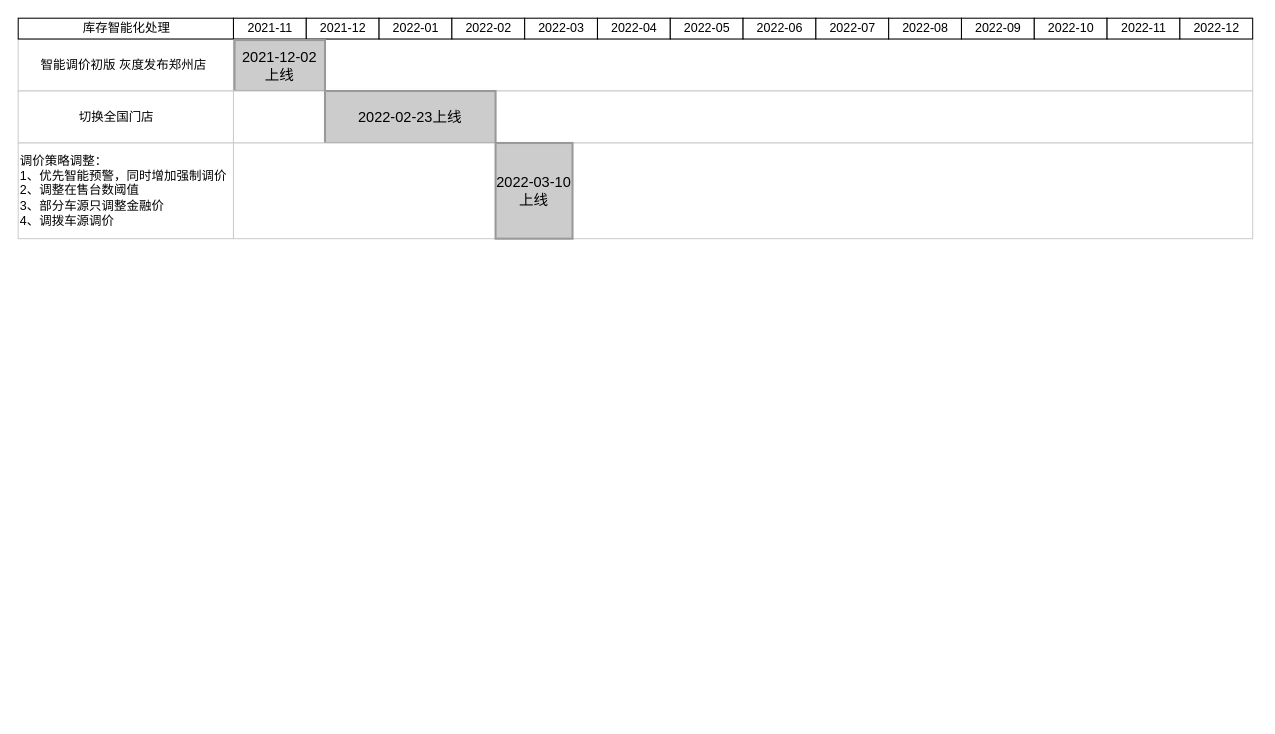
The draw.io diagram auto_modify_price.drawio in mrlonely001/gittest, before the edit. Source tidied: cells renumbered, new cells numbered last; positions are measured from the earlier drawing's top-left corner, leaving out a move shared by most shapes. Both pictures are drawn from the tidied source at 104%, with x=0, y=0 at pixel (18, 18).
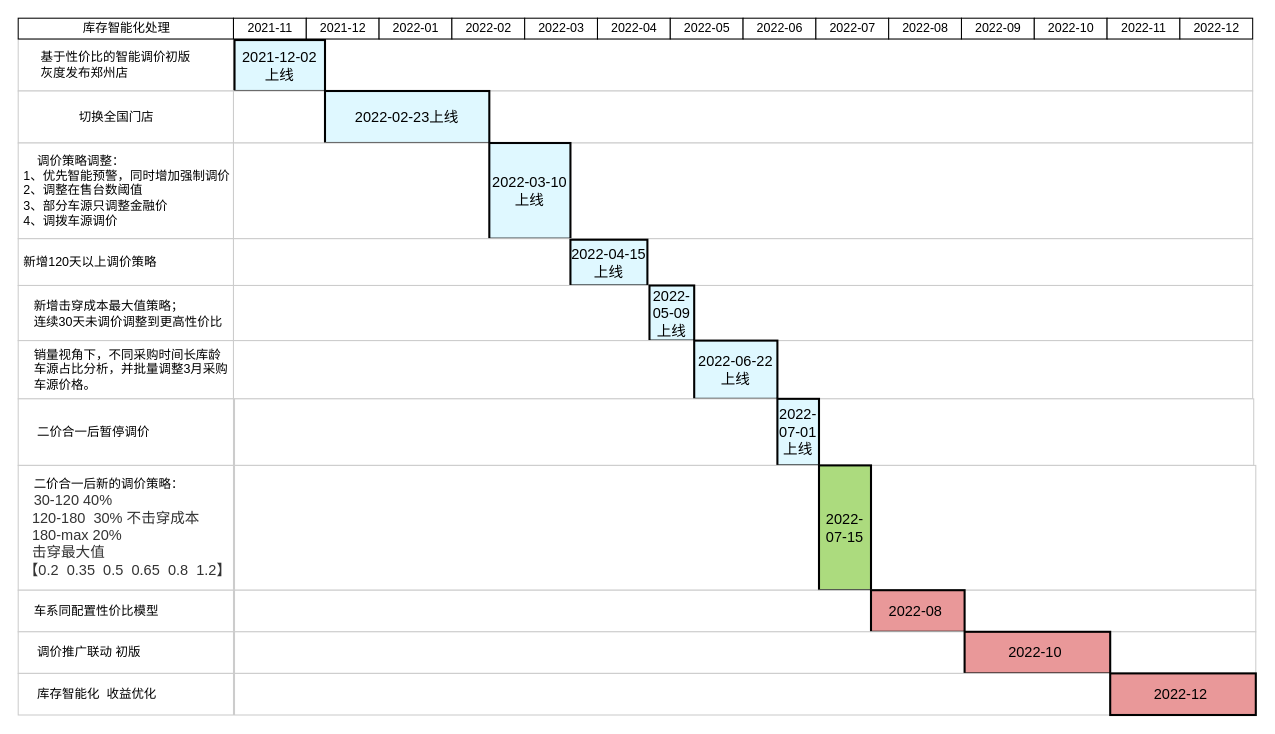
The same diagram, later.

Change to the diagram source:
```diff
@@
-    <mxCell id="2" value="&amp;nbsp; &amp;nbsp; &amp;nbsp; 智能调价初版 灰度发布郑州店" style="align=left;strokeColor=#CCCCCC;html=1;" parent="1" vertex="1">
+    <mxCell id="2" value="&amp;nbsp; &amp;nbsp; &amp;nbsp; 基于性价比的智能调价初版 &lt;br&gt;&amp;nbsp; &amp;nbsp; &amp;nbsp; 灰度发布郑州店" style="align=left;strokeColor=#CCCCCC;html=1;" parent="1" vertex="1">
       <mxGeometry y="20" width="207" height="50" as="geometry" />
     </mxCell>
@@
-    <mxCell id="17" value="2021-12-02&lt;br&gt;上线" style="whiteSpace=wrap;html=1;strokeWidth=2;fillColor=#CCCCCC;gradientColor=none;fontSize=14;align=center;strokeColor=#999999;" parent="1" vertex="1">
+    <mxCell id="17" value="2021-12-02&lt;br&gt;上线" style="whiteSpace=wrap;html=1;strokeWidth=2;fillColor=#DFF8FF;gradientColor=none;fontSize=14;align=center;strokeColor=#000000;" parent="1" vertex="1">
       <mxGeometry x="208" y="21" width="87" height="49" as="geometry" />
     </mxCell>
@@
-    <mxCell id="22" value="2022-02-23上线" style="whiteSpace=wrap;html=1;strokeWidth=2;fillColor=#CCCCCC;gradientColor=none;fontSize=14;align=center;strokeColor=#999999;" parent="1" vertex="1">
-      <mxGeometry x="295" y="70" width="164" height="50" as="geometry" />
+    <mxCell id="22" value="2022-02-23上线" style="whiteSpace=wrap;html=1;strokeWidth=2;fillColor=#DFF8FF;gradientColor=none;fontSize=14;align=center;strokeColor=#000000;" parent="1" vertex="1">
+      <mxGeometry x="295" y="70" width="158" height="50" as="geometry" />
     </mxCell>
-    <mxCell id="23" value="调价策略调整：&lt;br&gt;1、优先智能预警，同时增加强制调价&lt;br&gt;2、调整在售台数阈值&lt;br&gt;3、部分车源只调整金融价&lt;br&gt;4、调拨车源调价" style="align=left;strokeColor=#CCCCCC;html=1;" parent="1" vertex="1">
+    <mxCell id="23" value="&amp;nbsp; &amp;nbsp; &amp;nbsp;调价策略调整：&lt;br&gt;&amp;nbsp;1、优先智能预警，同时增加强制调价&lt;br&gt;&amp;nbsp;2、调整在售台数阈值&lt;br&gt;&amp;nbsp;3、部分车源只调整金融价&lt;br&gt;&amp;nbsp;4、调拨车源调价" style="align=left;strokeColor=#CCCCCC;html=1;" parent="1" vertex="1">
       <mxGeometry y="120" width="207" height="92" as="geometry" />
     </mxCell>
@@
-    <mxCell id="25" value="2022-03-10上线" style="whiteSpace=wrap;html=1;strokeWidth=2;fillColor=#CCCCCC;gradientColor=none;fontSize=14;align=center;strokeColor=#999999;" parent="1" vertex="1">
-      <mxGeometry x="459" y="120" width="74" height="92" as="geometry" />
+    <mxCell id="25" value="2022-03-10上线" style="whiteSpace=wrap;html=1;strokeWidth=2;fillColor=#DFF8FF;gradientColor=none;fontSize=14;align=center;strokeColor=#020203;" parent="1" vertex="1">
+      <mxGeometry x="453" y="120" width="78" height="92" as="geometry" />
     </mxCell>
+    <mxCell id="26" value="&lt;span style=&quot;white-space: pre;&quot;&gt; &lt;/span&gt;新增120天以上调价策略" style="align=left;strokeColor=#CCCCCC;html=1;" parent="1" vertex="1">
+      <mxGeometry y="212" width="207" height="45" as="geometry" />
+    </mxCell>
+    <mxCell id="27" style="align=left;strokeColor=#CCCCCC;html=1;" parent="1" vertex="1">
+      <mxGeometry x="207" y="212" width="980" height="45" as="geometry" />
+    </mxCell>
+    <mxCell id="28" value="2022-04-15上线" style="whiteSpace=wrap;html=1;strokeWidth=2;fillColor=#DFF8FF;gradientColor=none;fontSize=14;align=center;strokeColor=#000000;" parent="1" vertex="1">
+      <mxGeometry x="531" y="213" width="74" height="44" as="geometry" />
+    </mxCell>
+    <mxCell id="29" value="&amp;nbsp; &amp;nbsp; 新增击穿成本最大值策略；&lt;br&gt;&amp;nbsp; &amp;nbsp; 连续30天未调价调整到更高性价比" style="align=left;strokeColor=#CCCCCC;html=1;" parent="1" vertex="1">
+      <mxGeometry y="257" width="207" height="53" as="geometry" />
+    </mxCell>
+    <mxCell id="30" style="align=left;strokeColor=#CCCCCC;html=1;" parent="1" vertex="1">
+      <mxGeometry x="207" y="257" width="980" height="53" as="geometry" />
+    </mxCell>
+    <mxCell id="31" value="2022-05-09上线" style="whiteSpace=wrap;html=1;strokeWidth=2;fillColor=#DFF8FF;gradientColor=none;fontSize=14;align=center;strokeColor=#000000;" parent="1" vertex="1">
+      <mxGeometry x="607" y="257" width="43" height="53" as="geometry" />
+    </mxCell>
+    <mxCell id="32" value="&amp;nbsp; &amp;nbsp; 销量视角下，不同采购时间长库龄&lt;br&gt;&amp;nbsp; &amp;nbsp; 车源占比分析，并批量调整3月采购&lt;br&gt;&amp;nbsp; &amp;nbsp; 车源价格。" style="align=left;strokeColor=#CCCCCC;html=1;" parent="1" vertex="1">
+      <mxGeometry y="310" width="207" height="56" as="geometry" />
+    </mxCell>
+    <mxCell id="33" style="align=left;strokeColor=#CCCCCC;html=1;" parent="1" vertex="1">
+      <mxGeometry x="207" y="310" width="980" height="56" as="geometry" />
+    </mxCell>
+    <mxCell id="34" value="2022-06-22&lt;br&gt;上线" style="whiteSpace=wrap;html=1;strokeWidth=2;fillColor=#DFF8FF;gradientColor=none;fontSize=14;align=center;strokeColor=#000000;" parent="1" vertex="1">
+      <mxGeometry x="650" y="310" width="80" height="56" as="geometry" />
+    </mxCell>
+    <mxCell id="35" value="&amp;nbsp; &amp;nbsp; &amp;nbsp;二价合一后暂停调价" style="align=left;strokeColor=#CCCCCC;html=1;" parent="1" vertex="1">
+      <mxGeometry y="366" width="207" height="64" as="geometry" />
+    </mxCell>
+    <mxCell id="36" style="align=left;strokeColor=#CCCCCC;html=1;" parent="1" vertex="1">
+      <mxGeometry x="208" y="366" width="980" height="64" as="geometry" />
+    </mxCell>
+    <mxCell id="37" value="2022-07-01&lt;br&gt;上线" style="whiteSpace=wrap;html=1;strokeWidth=2;fillColor=#DFF8FF;gradientColor=none;fontSize=14;align=center;strokeColor=#000000;" parent="1" vertex="1">
+      <mxGeometry x="730" y="366" width="40" height="64" as="geometry" />
+    </mxCell>
+    <mxCell id="38" value="&amp;nbsp; &amp;nbsp; 二价合一后新的调价策略：&lt;br&gt;&amp;nbsp; &amp;nbsp; &lt;span style=&quot;background-color: rgb(255, 255, 255); color: rgb(51, 51, 51); font-family: Arial, sans-serif; font-size: 14px;&quot;&gt;30-120 40%&amp;nbsp;&lt;br&gt;&lt;/span&gt;&lt;span style=&quot;background-color: rgb(255, 255, 255); color: rgb(51, 51, 51); font-family: Arial, sans-serif; font-size: 14px;&quot;&gt;&amp;nbsp; &amp;nbsp;120-180&amp;nbsp; 30% 不击穿成本&lt;br&gt;&lt;/span&gt;&lt;span style=&quot;background-color: rgb(255, 255, 255); color: rgb(51, 51, 51); font-family: Arial, sans-serif; font-size: 14px;&quot;&gt;&amp;nbsp; &amp;nbsp;180-max 20%&amp;nbsp; &amp;nbsp;&lt;br&gt;&amp;nbsp; &amp;nbsp;击穿最大值&lt;br&gt;&amp;nbsp;【0.2&amp;nbsp; 0.35&amp;nbsp; 0.5&amp;nbsp; 0.65&amp;nbsp; 0.8&amp;nbsp; 1.2】&lt;/span&gt;&lt;span style=&quot;background-color: rgb(255, 255, 255); color: rgb(51, 51, 51); font-family: Arial, sans-serif; font-size: 14px;&quot;&gt;&lt;br&gt;&lt;/span&gt;" style="align=left;strokeColor=#CCCCCC;html=1;" parent="1" vertex="1">
+      <mxGeometry y="430" width="207" height="120" as="geometry" />
+    </mxCell>
+    <mxCell id="39" style="align=left;strokeColor=#CCCCCC;html=1;" parent="1" vertex="1">
+      <mxGeometry x="208" y="430" width="982" height="120" as="geometry" />
+    </mxCell>
+    <mxCell id="40" value="2022-07-15" style="whiteSpace=wrap;html=1;strokeWidth=2;fillColor=#ACDB7E;gradientColor=none;fontSize=14;align=center;strokeColor=#000000;" parent="1" vertex="1">
+      <mxGeometry x="770" y="430" width="50" height="120" as="geometry" />
+    </mxCell>
+    <mxCell id="41" value="&amp;nbsp; &amp;nbsp; 车系同配置性价比模型" style="align=left;strokeColor=#CCCCCC;html=1;" parent="1" vertex="1">
+      <mxGeometry y="550" width="207" height="40" as="geometry" />
+    </mxCell>
+    <mxCell id="42" style="align=left;strokeColor=#CCCCCC;html=1;" parent="1" vertex="1">
+      <mxGeometry x="208" y="550" width="982" height="40" as="geometry" />
+    </mxCell>
+    <mxCell id="43" value="2022-08&amp;nbsp;" style="whiteSpace=wrap;html=1;strokeWidth=2;fillColor=#E99899;gradientColor=none;fontSize=14;align=center;strokeColor=#000000;" parent="1" vertex="1">
+      <mxGeometry x="820" y="550" width="90" height="40" as="geometry" />
+    </mxCell>
+    <mxCell id="44" value="&amp;nbsp; &amp;nbsp; &amp;nbsp;调价推广联动 初版" style="align=left;strokeColor=#CCCCCC;html=1;" parent="1" vertex="1">
+      <mxGeometry y="590" width="207" height="40" as="geometry" />
+    </mxCell>
+    <mxCell id="45" style="align=left;strokeColor=#CCCCCC;html=1;" parent="1" vertex="1">
+      <mxGeometry x="208" y="590" width="982" height="40" as="geometry" />
+    </mxCell>
+    <mxCell id="46" value="2022-10&amp;nbsp;" style="whiteSpace=wrap;html=1;strokeWidth=2;fillColor=#E99899;gradientColor=none;fontSize=14;align=center;strokeColor=#000000;" parent="1" vertex="1">
+      <mxGeometry x="910" y="590" width="140" height="40" as="geometry" />
+    </mxCell>
+    <mxCell id="47" value="&amp;nbsp; &amp;nbsp; &amp;nbsp;库存智能化&amp;nbsp; 收益优化" style="align=left;strokeColor=#CCCCCC;html=1;" parent="1" vertex="1">
+      <mxGeometry y="630" width="207" height="40" as="geometry" />
+    </mxCell>
+    <mxCell id="48" style="align=left;strokeColor=#CCCCCC;html=1;" parent="1" vertex="1">
+      <mxGeometry x="208" y="630" width="982" height="40" as="geometry" />
+    </mxCell>
+    <mxCell id="49" value="2022-12&amp;nbsp;" style="whiteSpace=wrap;html=1;strokeWidth=2;fillColor=#E99899;gradientColor=none;fontSize=14;align=center;strokeColor=#000000;" parent="1" vertex="1">
+      <mxGeometry x="1050" y="630" width="140" height="40" as="geometry" />
+    </mxCell>
```
